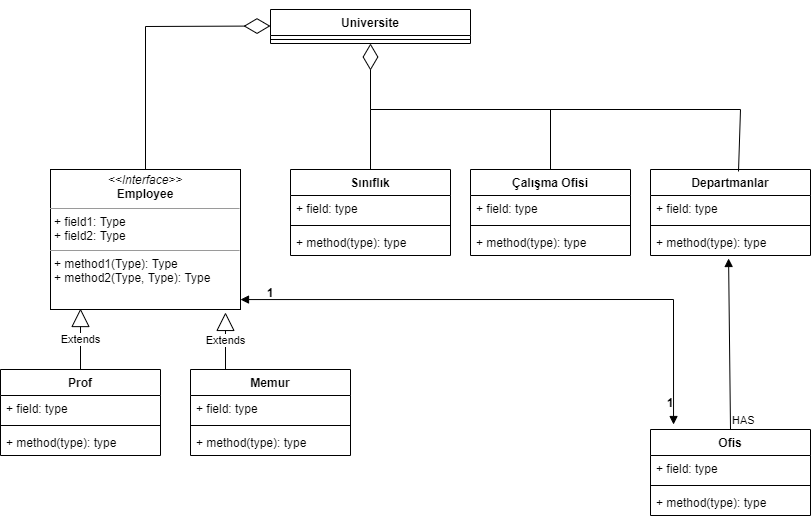
The draw.io diagram OOPodev1.drawio.png in ADMYZZ/OOP_patikaDersi, before a commit. Source tidied: cells renumbered, new cells last; positions are measured from the earlier drawing's top-left corner, leaving out a move shared by most shapes. Source of this version:
```xml
<mxGraphModel>
  <root>
    <mxCell id="0" />
    <mxCell id="1" parent="0" />
    <mxCell id="2" value="Universite" style="swimlane;fontStyle=1;align=center;verticalAlign=top;horizontal=1;startSize=26;" parent="1" vertex="1">
      <mxGeometry x="270" width="200" height="34" as="geometry" />
    </mxCell>
    <mxCell id="3" style="line;strokeWidth=1;fillColor=none;align=left;verticalAlign=middle;spacingTop=-1;spacingLeft=3;spacingRight=3;labelPosition=right;" parent="2" vertex="1">
      <mxGeometry y="26" width="200" height="8" as="geometry" />
    </mxCell>
    <mxCell id="4" value="Sınıflık" style="swimlane;fontStyle=1;align=center;verticalAlign=top;horizontal=1;startSize=26;" parent="1" vertex="1">
      <mxGeometry x="290" y="160" width="160" height="86" as="geometry" />
    </mxCell>
    <mxCell id="5" value="+ field: type" style="text;strokeColor=none;fillColor=none;align=left;verticalAlign=top;spacingLeft=4;spacingRight=4;overflow=hidden;" parent="4" vertex="1">
      <mxGeometry y="26" width="160" height="26" as="geometry" />
    </mxCell>
    <mxCell id="6" style="line;strokeWidth=1;fillColor=none;align=left;verticalAlign=middle;spacingTop=-1;spacingLeft=3;spacingRight=3;labelPosition=right;" parent="4" vertex="1">
      <mxGeometry y="52" width="160" height="8" as="geometry" />
    </mxCell>
    <mxCell id="7" value="+ method(type): type" style="text;strokeColor=none;fillColor=none;align=left;verticalAlign=top;spacingLeft=4;spacingRight=4;overflow=hidden;" parent="4" vertex="1">
      <mxGeometry y="60" width="160" height="26" as="geometry" />
    </mxCell>
    <mxCell id="8" value="Çalışma Ofisi" style="swimlane;fontStyle=1;align=center;verticalAlign=top;horizontal=1;startSize=26;" parent="1" vertex="1">
      <mxGeometry x="470" y="160" width="160" height="86" as="geometry" />
    </mxCell>
    <mxCell id="9" value="+ field: type" style="text;strokeColor=none;fillColor=none;align=left;verticalAlign=top;spacingLeft=4;spacingRight=4;overflow=hidden;" parent="8" vertex="1">
      <mxGeometry y="26" width="160" height="26" as="geometry" />
    </mxCell>
    <mxCell id="10" style="line;strokeWidth=1;fillColor=none;align=left;verticalAlign=middle;spacingTop=-1;spacingLeft=3;spacingRight=3;labelPosition=right;" parent="8" vertex="1">
      <mxGeometry y="52" width="160" height="8" as="geometry" />
    </mxCell>
    <mxCell id="11" value="+ method(type): type" style="text;strokeColor=none;fillColor=none;align=left;verticalAlign=top;spacingLeft=4;spacingRight=4;overflow=hidden;" parent="8" vertex="1">
      <mxGeometry y="60" width="160" height="26" as="geometry" />
    </mxCell>
    <mxCell id="12" value="Departmanlar" style="swimlane;fontStyle=1;align=center;verticalAlign=top;horizontal=1;startSize=26;" parent="1" vertex="1">
      <mxGeometry x="650" y="160" width="160" height="86" as="geometry" />
    </mxCell>
    <mxCell id="13" value="+ field: type" style="text;strokeColor=none;fillColor=none;align=left;verticalAlign=top;spacingLeft=4;spacingRight=4;overflow=hidden;" parent="12" vertex="1">
      <mxGeometry y="26" width="160" height="26" as="geometry" />
    </mxCell>
    <mxCell id="14" style="line;strokeWidth=1;fillColor=none;align=left;verticalAlign=middle;spacingTop=-1;spacingLeft=3;spacingRight=3;labelPosition=right;" parent="12" vertex="1">
      <mxGeometry y="52" width="160" height="8" as="geometry" />
    </mxCell>
    <mxCell id="15" value="+ method(type): type" style="text;strokeColor=none;fillColor=none;align=left;verticalAlign=top;spacingLeft=4;spacingRight=4;overflow=hidden;points=[[0,0.5],[1,0.5]];portConstraint=eastwest;" parent="12" vertex="1">
      <mxGeometry y="60" width="160" height="26" as="geometry" />
    </mxCell>
    <mxCell id="16" style="endArrow=diamondThin;endFill=0;endSize=24;html=1;rounded=0;entryX=0.5;entryY=1;entryDx=0;entryDy=0;exitX=0.5;exitY=0;exitDx=0;exitDy=0;" parent="1" edge="1" source="4" target="2">
      <mxGeometry relative="1" as="geometry">
        <Array as="points">
          <mxPoint x="370" y="100" />
        </Array>
      </mxGeometry>
    </mxCell>
    <mxCell id="17" style="endArrow=none;html=1;rounded=0;exitX=0.5;exitY=0;exitDx=0;exitDy=0;" parent="1" edge="1" source="8">
      <mxGeometry relative="1" as="geometry">
        <mxPoint x="550" y="100" as="targetPoint" />
      </mxGeometry>
    </mxCell>
    <mxCell id="18" style="endArrow=none;html=1;rounded=0;entryX=0.55;entryY=0.023;entryDx=0;entryDy=0;entryPerimeter=0;" parent="1" edge="1" target="12">
      <mxGeometry relative="1" as="geometry">
        <mxPoint x="370" y="100" as="sourcePoint" />
        <Array as="points">
          <mxPoint x="740" y="100" />
        </Array>
      </mxGeometry>
    </mxCell>
    <mxCell id="19" value="Ofis" style="swimlane;fontStyle=1;align=center;verticalAlign=top;horizontal=1;startSize=26;" parent="1" vertex="1">
      <mxGeometry x="650" y="420" width="160" height="86" as="geometry" />
    </mxCell>
    <mxCell id="20" value="+ field: type" style="text;strokeColor=none;fillColor=none;align=left;verticalAlign=top;spacingLeft=4;spacingRight=4;overflow=hidden;" parent="19" vertex="1">
      <mxGeometry y="26" width="160" height="26" as="geometry" />
    </mxCell>
    <mxCell id="21" style="line;strokeWidth=1;fillColor=none;align=left;verticalAlign=middle;spacingTop=-1;spacingLeft=3;spacingRight=3;labelPosition=right;" parent="19" vertex="1">
      <mxGeometry y="52" width="160" height="8" as="geometry" />
    </mxCell>
    <mxCell id="22" value="+ method(type): type" style="text;strokeColor=none;fillColor=none;align=left;verticalAlign=top;spacingLeft=4;spacingRight=4;overflow=hidden;" parent="19" vertex="1">
      <mxGeometry y="60" width="160" height="26" as="geometry" />
    </mxCell>
    <mxCell id="23" value="HAS" style="html=1;verticalAlign=bottom;labelBackgroundColor=none;endArrow=block;endFill=1;endSize=6;align=left;rounded=0;entryX=0.488;entryY=1.115;entryDx=0;entryDy=0;entryPerimeter=0;exitX=0.5;exitY=0;exitDx=0;exitDy=0;" parent="1" edge="1" source="19" target="15">
      <mxGeometry x="-1" relative="1" as="geometry" />
    </mxCell>
    <mxCell id="24" value="&lt;p style=&quot;margin: 0px ; margin-top: 4px ; text-align: center&quot;&gt;&lt;i&gt;&amp;lt;&amp;lt;Interface&amp;gt;&amp;gt;&lt;/i&gt;&lt;br&gt;&lt;b&gt;Employee&lt;/b&gt;&lt;/p&gt;&lt;hr size=&quot;1&quot;&gt;&lt;p style=&quot;margin: 0px ; margin-left: 4px&quot;&gt;+ field1: Type&lt;br&gt;+ field2: Type&lt;/p&gt;&lt;hr size=&quot;1&quot;&gt;&lt;p style=&quot;margin: 0px ; margin-left: 4px&quot;&gt;+ method1(Type): Type&lt;br&gt;+ method2(Type, Type): Type&lt;/p&gt;" style="verticalAlign=top;align=left;overflow=fill;fontSize=12;fontFamily=Helvetica;html=1;" parent="1" vertex="1">
      <mxGeometry x="50" y="160" width="190" height="140" as="geometry" />
    </mxCell>
    <mxCell id="25" style="endArrow=diamondThin;endFill=0;endSize=24;html=1;rounded=0;exitX=0.5;exitY=0;exitDx=0;exitDy=0;" parent="1" edge="1" source="24">
      <mxGeometry relative="1" as="geometry">
        <mxPoint x="270" y="16.5" as="targetPoint" />
        <Array as="points">
          <mxPoint x="145" y="17" />
        </Array>
      </mxGeometry>
    </mxCell>
    <mxCell id="26" value="Prof" style="swimlane;fontStyle=1;align=center;verticalAlign=top;horizontal=1;startSize=26;" parent="1" vertex="1">
      <mxGeometry y="360" width="160" height="86" as="geometry" />
    </mxCell>
    <mxCell id="27" value="+ field: type" style="text;strokeColor=none;fillColor=none;align=left;verticalAlign=top;spacingLeft=4;spacingRight=4;overflow=hidden;" parent="26" vertex="1">
      <mxGeometry y="26" width="160" height="26" as="geometry" />
    </mxCell>
    <mxCell id="28" style="line;strokeWidth=1;fillColor=none;align=left;verticalAlign=middle;spacingTop=-1;spacingLeft=3;spacingRight=3;labelPosition=right;" parent="26" vertex="1">
      <mxGeometry y="52" width="160" height="8" as="geometry" />
    </mxCell>
    <mxCell id="29" value="+ method(type): type" style="text;strokeColor=none;fillColor=none;align=left;verticalAlign=top;spacingLeft=4;spacingRight=4;overflow=hidden;" parent="26" vertex="1">
      <mxGeometry y="60" width="160" height="26" as="geometry" />
    </mxCell>
    <mxCell id="30" value="Memur" style="swimlane;fontStyle=1;align=center;verticalAlign=top;horizontal=1;startSize=26;" parent="1" vertex="1">
      <mxGeometry x="190" y="360" width="160" height="86" as="geometry" />
    </mxCell>
    <mxCell id="31" value="+ field: type" style="text;strokeColor=none;fillColor=none;align=left;verticalAlign=top;spacingLeft=4;spacingRight=4;overflow=hidden;" parent="30" vertex="1">
      <mxGeometry y="26" width="160" height="26" as="geometry" />
    </mxCell>
    <mxCell id="32" style="line;strokeWidth=1;fillColor=none;align=left;verticalAlign=middle;spacingTop=-1;spacingLeft=3;spacingRight=3;labelPosition=right;" parent="30" vertex="1">
      <mxGeometry y="52" width="160" height="8" as="geometry" />
    </mxCell>
    <mxCell id="33" value="+ method(type): type" style="text;strokeColor=none;fillColor=none;align=left;verticalAlign=top;spacingLeft=4;spacingRight=4;overflow=hidden;" parent="30" vertex="1">
      <mxGeometry y="60" width="160" height="26" as="geometry" />
    </mxCell>
    <mxCell id="34" value="Extends" style="endArrow=block;endSize=16;endFill=0;html=1;rounded=0;exitX=0.5;exitY=0;exitDx=0;exitDy=0;entryX=0.158;entryY=0.993;entryDx=0;entryDy=0;entryPerimeter=0;" parent="1" edge="1" source="26" target="24">
      <mxGeometry relative="1" as="geometry">
        <Array as="points">
          <mxPoint x="80" y="330" />
        </Array>
      </mxGeometry>
    </mxCell>
    <mxCell id="35" value="Extends" style="endArrow=block;endSize=16;endFill=0;html=1;rounded=0;entryX=0.921;entryY=1.021;entryDx=0;entryDy=0;entryPerimeter=0;" parent="1" edge="1" target="24">
      <mxGeometry relative="1" as="geometry">
        <mxPoint x="225" y="360" as="sourcePoint" />
      </mxGeometry>
    </mxCell>
    <mxCell id="36" style="endArrow=block;startArrow=block;endFill=1;startFill=1;html=1;rounded=0;exitX=1;exitY=0.929;exitDx=0;exitDy=0;exitPerimeter=0;entryX=0.144;entryY=-0.058;entryDx=0;entryDy=0;entryPerimeter=0;" parent="1" edge="1" source="24" target="19">
      <mxGeometry relative="1" as="geometry">
        <Array as="points">
          <mxPoint x="673" y="290" />
        </Array>
      </mxGeometry>
    </mxCell>
    <mxCell id="37" value="1" style="text;align=center;fontStyle=1;verticalAlign=middle;spacingLeft=3;spacingRight=3;strokeColor=none;" parent="1" vertex="1">
      <mxGeometry x="230" y="270" width="80" height="26" as="geometry" />
    </mxCell>
    <mxCell id="38" value="1" style="text;align=center;fontStyle=1;verticalAlign=middle;spacingLeft=3;spacingRight=3;strokeColor=none;" parent="1" vertex="1">
      <mxGeometry x="630" y="380" width="80" height="26" as="geometry" />
    </mxCell>
  </root>
</mxGraphModel>
```
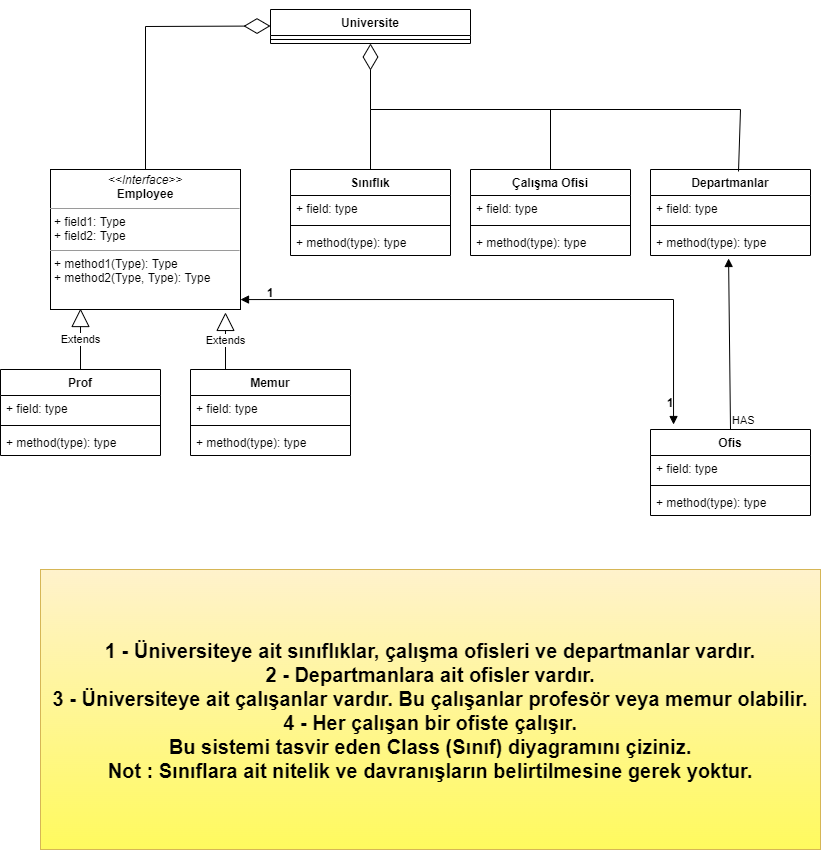
After the commit.

Commit message:
Basit üni yönetim sistemi modeli..

Diff of the diagram source:
```diff
@@ -139,5 +139,8 @@
     <mxCell id="38" value="1" style="text;align=center;fontStyle=1;verticalAlign=middle;spacingLeft=3;spacingRight=3;strokeColor=none;" parent="1" vertex="1">
       <mxGeometry x="630" y="380" width="80" height="26" as="geometry" />
     </mxCell>
+    <mxCell id="39" value="1 - Üniversiteye ait sınıflıklar, çalışma ofisleri ve departmanlar vardır.&#10;2 - Departmanlara ait ofisler vardır.&#10;3 - Üniversiteye ait çalışanlar vardır. Bu çalışanlar profesör veya memur olabilir.&#10;4 - Her çalışan bir ofiste çalışır.&#10;Bu sistemi tasvir eden Class (Sınıf) diyagramını çiziniz.&#10;Not : Sınıflara ait nitelik ve davranışların belirtilmesine gerek yoktur." style="text;align=center;fontStyle=1;verticalAlign=middle;spacingLeft=3;spacingRight=3;strokeColor=#d6b656;fontSize=20;fillColor=#fff2cc;gradientColor=#FFFA5E;" parent="1" vertex="1">
+      <mxGeometry x="40" y="560" width="780" height="280" as="geometry" />
+    </mxCell>
   </root>
 </mxGraphModel>
```
